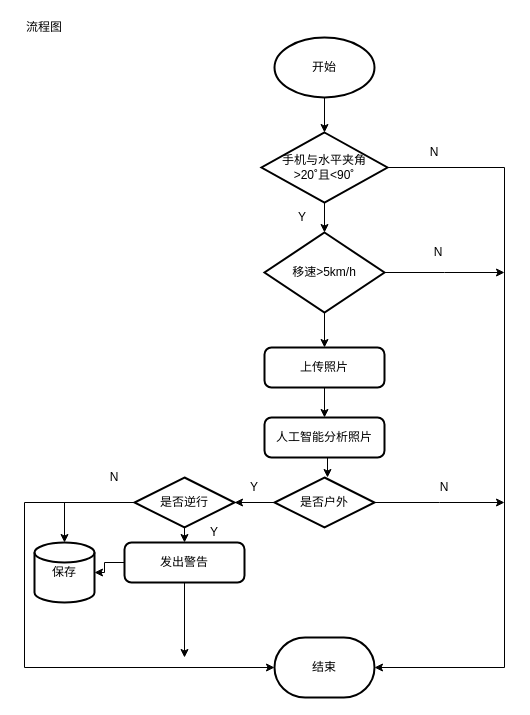
Earlier version of the draw.io diagram 流程图.drawio (NeverMore2023/sunos). Source tidied: cells renumbered, new cells numbered last; positions are measured from the earlier drawing's top-left corner, leaving out a move shared by most shapes. Both pictures are drawn from the tidied source at 100%, with x=0, y=0 at pixel (24, 17).
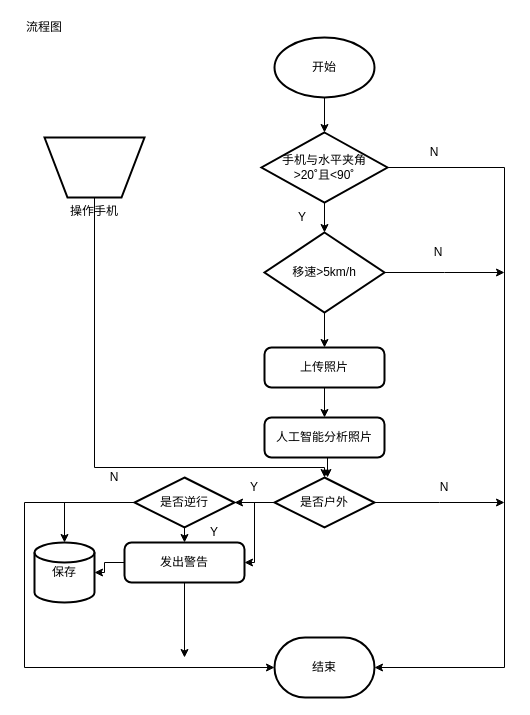
After the change.

Unchanged cells that the change refers to:
```xml
<mxCell id="23" value="是否户外" style="strokeWidth=2;html=1;shape=mxgraph.flowchart.decision;whiteSpace=wrap;gradientColor=none;" parent="1" vertex="1">
  <mxGeometry x="250" y="460" width="100" height="50" as="geometry" />
</mxCell>
<mxCell id="33" value="发出警告" style="rounded=1;whiteSpace=wrap;html=1;absoluteArcSize=1;arcSize=14;strokeWidth=2;gradientColor=none;" parent="1" vertex="1">
  <mxGeometry x="100" y="525" width="120" height="40" as="geometry" />
</mxCell>
```

What changed in the source:
```diff
@@
+    <mxCell id="36" style="edgeStyle=orthogonalEdgeStyle;rounded=0;jettySize=auto;html=1;exitX=0;exitY=0.5;exitDx=0;exitDy=0;exitPerimeter=0;entryX=1;entryY=0.5;entryDx=0;entryDy=0;" parent="1" edge="1" source="23" target="33">
+      <mxGeometry relative="1" as="geometry">
+        <Array as="points">
+          <mxPoint x="230" y="485" />
+          <mxPoint x="230" y="545" />
+        </Array>
+      </mxGeometry>
+    </mxCell>
@@
+    <mxCell id="37" style="edgeStyle=orthogonalEdgeStyle;rounded=0;jettySize=auto;html=1;exitX=0.5;exitY=1;exitDx=0;exitDy=0;entryX=0.5;entryY=0;entryDx=0;entryDy=0;entryPerimeter=0;" parent="1" edge="1" source="38" target="23">
+      <mxGeometry relative="1" as="geometry">
+        <Array as="points">
+          <mxPoint x="70" y="450" />
+          <mxPoint x="300" y="450" />
+        </Array>
+      </mxGeometry>
+    </mxCell>
+    <mxCell id="38" value="操作手机" style="verticalLabelPosition=bottom;verticalAlign=top;html=1;shape=trapezoid;perimeter=trapezoidPerimeter;whiteSpace=wrap;size=0.23;arcSize=10;flipV=1;strokeWidth=2;gradientColor=none;" parent="1" vertex="1">
+      <mxGeometry x="20" y="120" width="100" height="60" as="geometry" />
+    </mxCell>
```
